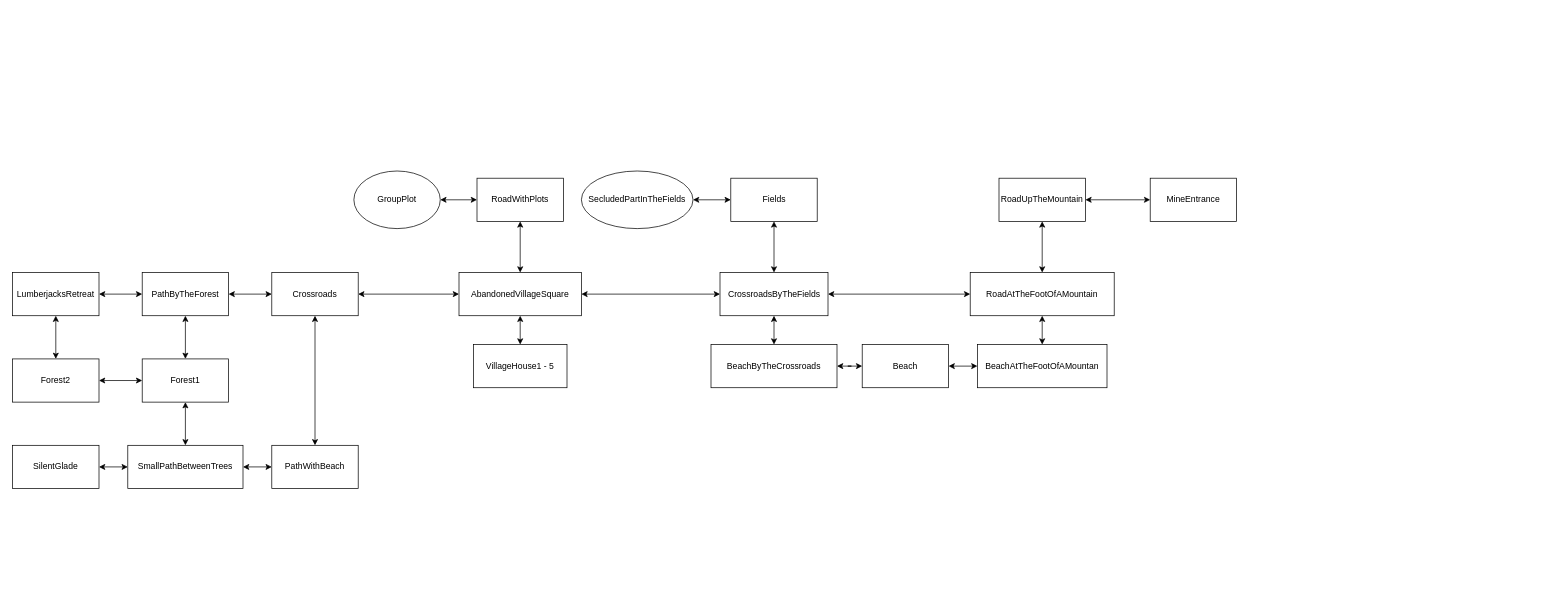
Above: documentation/Development/MapCeoncept.drawio in Flosus/CodeToSurvive (draw.io), before the change. Source tidied: cells renumbered, new cells numbered last; positions are measured from the earlier drawing's top-left corner, leaving out a move shared by most shapes. Both pictures are drawn from the tidied source at 72%, with x=0, y=0 at pixel (12, 171).
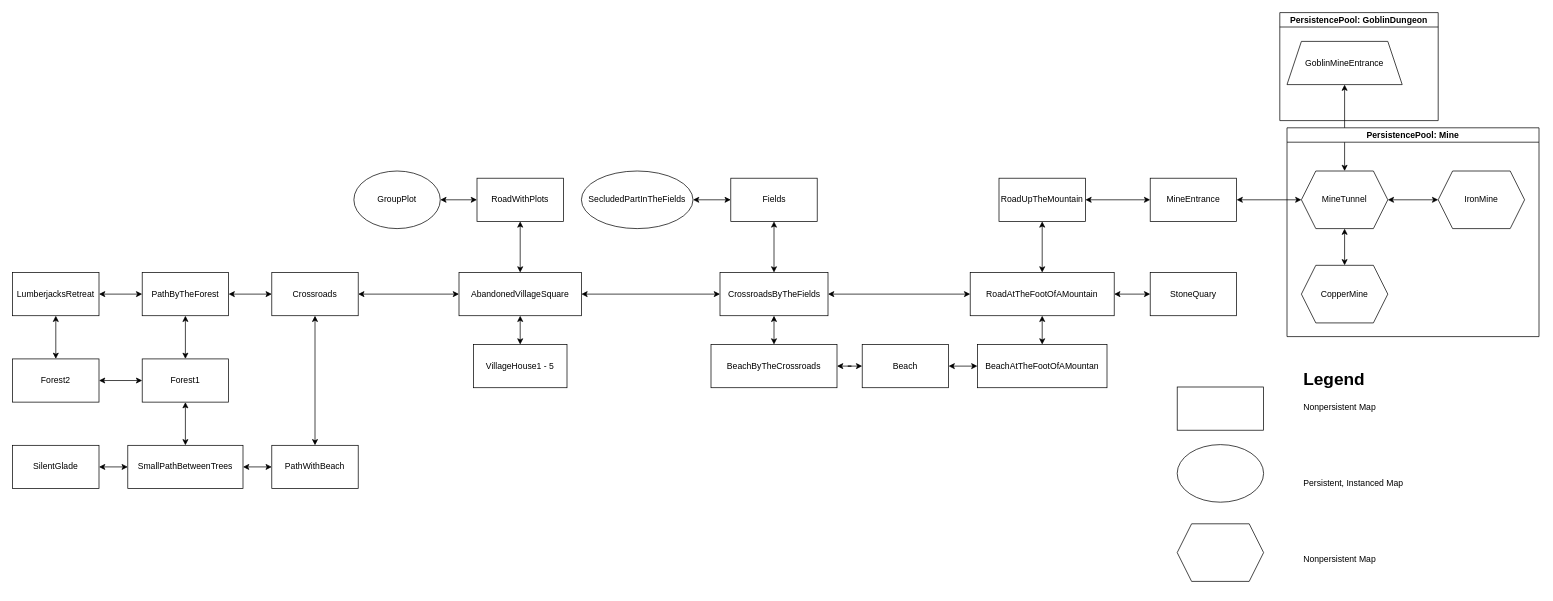
Above is the later version.

Unchanged cells that the change refers to:
```xml
<mxCell id="29" value="RoadAtTheFootOfAMountain" style="rounded=0;whiteSpace=wrap;html=1;" parent="1" vertex="1">
  <mxGeometry x="1330" y="141" width="200" height="60" as="geometry" />
</mxCell>
<mxCell id="36" value="MineEntrance" style="rounded=0;whiteSpace=wrap;html=1;" parent="1" vertex="1">
  <mxGeometry x="1580" y="10" width="120" height="60" as="geometry" />
</mxCell>
```

What changed in the source:
```diff
@@
+    <mxCell id="46" style="edgeStyle=orthogonalEdgeStyle;rounded=0;jettySize=auto;html=1;startArrow=classic;startFill=1;" parent="1" edge="1" source="29" target="59">
+      <mxGeometry relative="1" as="geometry" />
+    </mxCell>
@@
+    <mxCell id="47" style="edgeStyle=orthogonalEdgeStyle;rounded=0;jettySize=auto;html=1;startArrow=classic;startFill=1;" parent="1" edge="1" source="36" target="51">
+      <mxGeometry relative="1" as="geometry" />
+    </mxCell>
@@
+    <mxCell id="48" style="edgeStyle=orthogonalEdgeStyle;rounded=0;jettySize=auto;html=1;startArrow=classic;startFill=1;" parent="1" edge="1" source="51" target="52">
+      <mxGeometry relative="1" as="geometry" />
+    </mxCell>
+    <mxCell id="49" style="edgeStyle=orthogonalEdgeStyle;rounded=0;jettySize=auto;html=1;startArrow=classic;startFill=1;" parent="1" edge="1" source="51" target="53">
+      <mxGeometry relative="1" as="geometry" />
+    </mxCell>
+    <mxCell id="50" style="edgeStyle=orthogonalEdgeStyle;rounded=0;jettySize=auto;html=1;startArrow=classic;startFill=1;" parent="1" edge="1" source="51" target="54">
+      <mxGeometry relative="1" as="geometry" />
+    </mxCell>
+    <mxCell id="51" value="MineTunnel" style="shape=hexagon;perimeter=hexagonPerimeter2;whiteSpace=wrap;html=1;fixedSize=1;" parent="1" vertex="1">
+      <mxGeometry x="1790" width="120" height="80" as="geometry" />
+    </mxCell>
+    <mxCell id="52" value="IronMine" style="shape=hexagon;perimeter=hexagonPerimeter2;whiteSpace=wrap;html=1;fixedSize=1;" parent="1" vertex="1">
+      <mxGeometry x="1980" width="120" height="80" as="geometry" />
+    </mxCell>
+    <mxCell id="53" value="CopperMine" style="shape=hexagon;perimeter=hexagonPerimeter2;whiteSpace=wrap;html=1;fixedSize=1;" parent="1" vertex="1">
+      <mxGeometry x="1790" y="131" width="120" height="80" as="geometry" />
+    </mxCell>
+    <mxCell id="54" value="GoblinMineEntrance" style="shape=trapezoid;perimeter=trapezoidPerimeter;whiteSpace=wrap;html=1;fixedSize=1;" parent="1" vertex="1">
+      <mxGeometry x="1770" y="-180" width="160" height="60" as="geometry" />
+    </mxCell>
+    <mxCell id="55" value="&lt;h1&gt;Legend&lt;/h1&gt;&lt;p&gt;Nonpersistent Map&lt;/p&gt;&lt;p&gt;&lt;br&gt;&lt;/p&gt;&lt;p&gt;&lt;br&gt;&lt;/p&gt;&lt;p&gt;&lt;br&gt;&lt;/p&gt;&lt;p&gt;Persistent, Instanced Map&lt;/p&gt;&lt;p&gt;&lt;br&gt;&lt;/p&gt;&lt;p&gt;&lt;br&gt;&lt;/p&gt;&lt;p&gt;&lt;br&gt;&lt;/p&gt;&lt;p&gt;Nonpersistent Map&lt;/p&gt;" style="text;html=1;strokeColor=none;fillColor=none;spacing=5;spacingTop=-20;whiteSpace=wrap;overflow=hidden;rounded=0;" parent="1" vertex="1">
+      <mxGeometry x="1787.5" y="270" width="335" height="310" as="geometry" />
+    </mxCell>
+    <mxCell id="56" style="rounded=0;whiteSpace=wrap;html=1;" parent="1" vertex="1">
+      <mxGeometry x="1617.5" y="300" width="120" height="60" as="geometry" />
+    </mxCell>
+    <mxCell id="57" style="ellipse;whiteSpace=wrap;html=1;" parent="1" vertex="1">
+      <mxGeometry x="1617.5" y="380" width="120" height="80" as="geometry" />
+    </mxCell>
+    <mxCell id="58" style="shape=hexagon;perimeter=hexagonPerimeter2;whiteSpace=wrap;html=1;fixedSize=1;" parent="1" vertex="1">
+      <mxGeometry x="1617.5" y="490" width="120" height="80" as="geometry" />
+    </mxCell>
+    <mxCell id="59" value="StoneQuary" style="rounded=0;whiteSpace=wrap;html=1;" parent="1" vertex="1">
+      <mxGeometry x="1580" y="141" width="120" height="60" as="geometry" />
+    </mxCell>
+    <mxCell id="60" value="PersistencePool: Mine" style="swimlane;startSize=20;horizontal=1;containerType=tree;" parent="1" vertex="1">
+      <mxGeometry x="1770" y="-60" width="350" height="290" as="geometry" />
+    </mxCell>
+    <mxCell id="61" value="PersistencePool: GoblinDungeon" style="swimlane;startSize=20;horizontal=1;containerType=tree;" parent="1" vertex="1">
+      <mxGeometry x="1760" y="-220" width="220" height="150" as="geometry" />
+    </mxCell>
```
